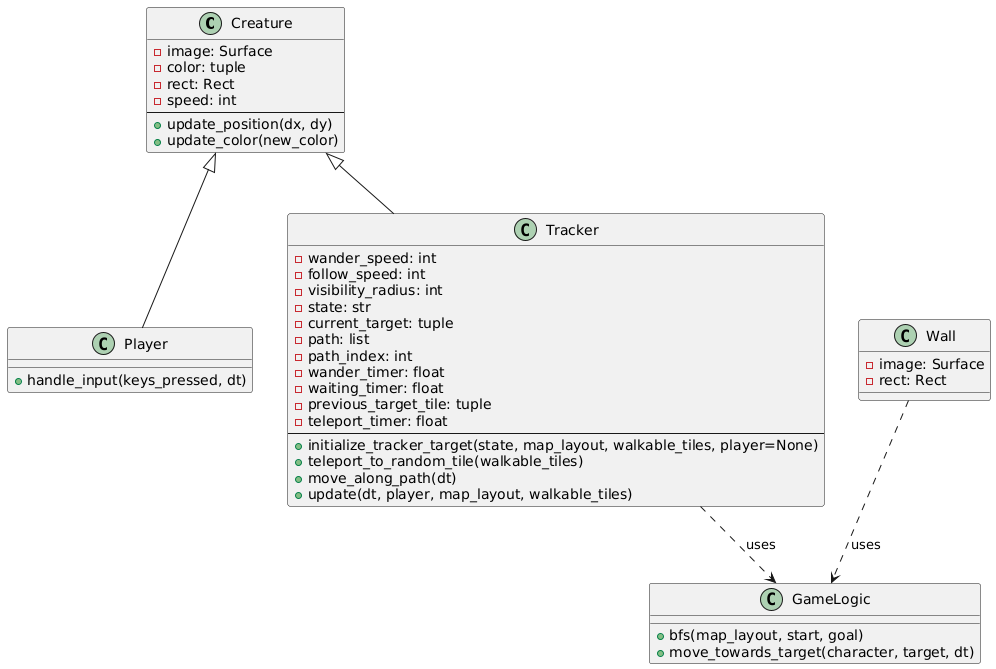
Earlier version of the PlantUML export images/class_diagram.png (bensonchen-del/Alienation).
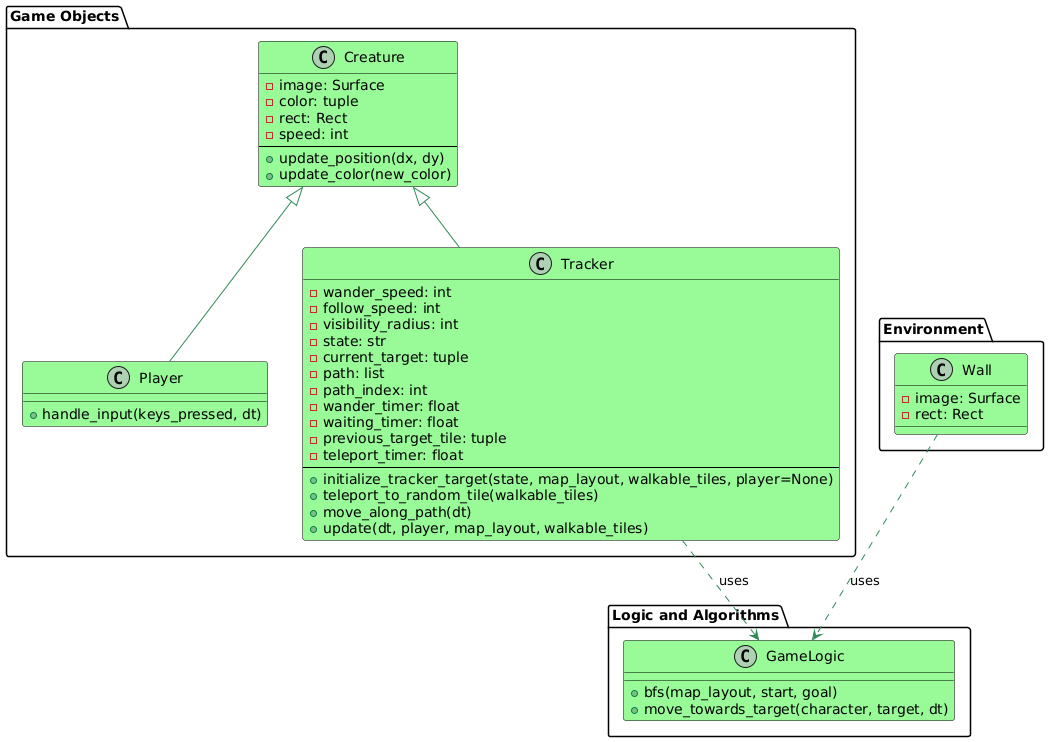
After the change.

Commit message:
update class diagram

What changed in the source:
```diff
@@ -1,49 +1,67 @@
 @startuml
-class Creature {
-    - image: Surface
-    - color: tuple
-    - rect: Rect
-    - speed: int
-    --
-    + update_position(dx, dy)
-    + update_color(new_color)
+skinparam class {
+    BackgroundColor PaleGreen
+    ArrowColor SeaGreen
+    BorderColor Black
 }
 
-class Player {
-    + handle_input(keys_pressed, dt)
+skinparam note {
+    BackgroundColor LightYellow
+    BorderColor DarkOrange
 }
 
-class Tracker {
-    - wander_speed: int
-    - follow_speed: int
-    - visibility_radius: int
-    - state: str
-    - current_target: tuple
-    - path: list
-    - path_index: int
-    - wander_timer: float
-    - waiting_timer: float
-    - previous_target_tile: tuple
-    - teleport_timer: float
-    --
-    + initialize_tracker_target(state, map_layout, walkable_tiles, player=None)
-    + teleport_to_random_tile(walkable_tiles)
-    + move_along_path(dt)
-    + update(dt, player, map_layout, walkable_tiles)
+package "Game Objects" {
+    class Creature {
+        - image: Surface
+        - color: tuple
+        - rect: Rect
+        - speed: int
+        --
+        + update_position(dx, dy)
+        + update_color(new_color)
+    }
+
+    class Player {
+        + handle_input(keys_pressed, dt)
+    }
+
+    class Tracker {
+        - wander_speed: int
+        - follow_speed: int
+        - visibility_radius: int
+        - state: str
+        - current_target: tuple
+        - path: list
+        - path_index: int
+        - wander_timer: float
+        - waiting_timer: float
+        - previous_target_tile: tuple
+        - teleport_timer: float
+        --
+        + initialize_tracker_target(state, map_layout, walkable_tiles, player=None)
+        + teleport_to_random_tile(walkable_tiles)
+        + move_along_path(dt)
+        + update(dt, player, map_layout, walkable_tiles)
+    }
+
+    Creature <|-- Player
+    Creature <|-- Tracker
 }
 
-class Wall {
-    - image: Surface
-    - rect: Rect
+package "Environment" {
+    class Wall {
+        - image: Surface
+        - rect: Rect
+    }
 }
 
-class GameLogic {
-    + bfs(map_layout, start, goal)
-    + move_towards_target(character, target, dt)
+package "Logic and Algorithms" {
+    class GameLogic {
+        + bfs(map_layout, start, goal)
+        + move_towards_target(character, target, dt)
+    }
 }
 
-Creature <|-- Player
-Creature <|-- Tracker
-Tracker ..> GameLogic : uses
-Wall ..> GameLogic : uses
+Tracker ..> GameLogic : "uses"
+Wall ..> GameLogic : "uses"
 @enduml
```
